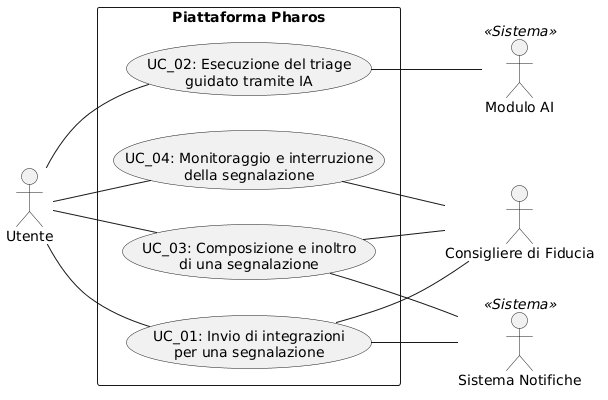
Earlier version of the PlantUML export docs/rad/assets/images/UD_Utente.png (pharos-oss/pharos).
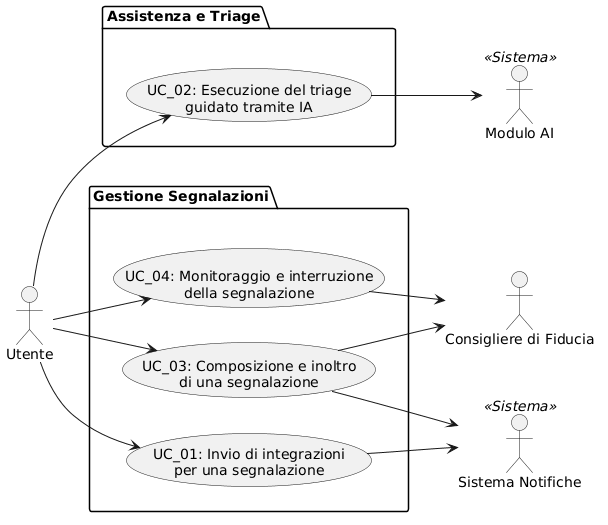
The same diagram one commit later.

Commit message:
fix: correzione UD_Utente use case diagram

Change to the diagram source:
```diff
@@ -1,32 +1,35 @@
 @startuml
 left to right direction
-skinparam packageStyle rectangle
 
-actor "Utente" as Utente
+actor "Utente" as utente
 
-actor "Consigliere di Fiducia" as CdF
-actor "Modulo AI" as AI <<Sistema>>
-actor "Sistema Notifiche" as Notif <<Sistema>>
+actor "Modulo AI" as ai <<Sistema>>
+actor "Consigliere di Fiducia" as cf
+actor "Sistema Notifiche" as sys <<Sistema>>
 
-rectangle "Piattaforma Pharos" {
-    usecase "UC_02: Esecuzione del triage\nguidato tramite IA" as UC02
-    usecase "UC_03: Composizione e inoltro\ndi una segnalazione" as UC03
-    usecase "UC_01: Invio di integrazioni\nper una segnalazione" as UC01
-    usecase "UC_04: Monitoraggio e interruzione\ndella segnalazione" as UC04
+package "Assistenza e Triage" as p1 {
+    usecase "UC_02: Esecuzione del triage\nguidato tramite IA" as uc02
 }
 
-Utente -- UC02
-Utente -- UC03
-Utente -- UC01
-Utente -- UC04
+package "Gestione Segnalazioni" as p2 {
+    usecase "UC_03: Composizione e inoltro\ndi una segnalazione" as uc03
+    usecase "UC_01: Invio di integrazioni\nper una segnalazione" as uc01
+    usecase "UC_04: Monitoraggio e interruzione\ndella segnalazione" as uc04
+}
 
-UC02 -- AI
+p1 -[hidden]> p2
 
-UC03 -- CdF
-UC03 -- Notif
+utente --> uc02
+utente --> uc04
+utente --> uc03
+utente --> uc01
 
-UC01 -- CdF
-UC01 -- Notif
+uc02 --> ai
 
-UC04 -- CdF
+uc04 --> cf
+
+uc03 --> cf
+uc03 --> sys
+
+uc01 --> sys
 @enduml
```
